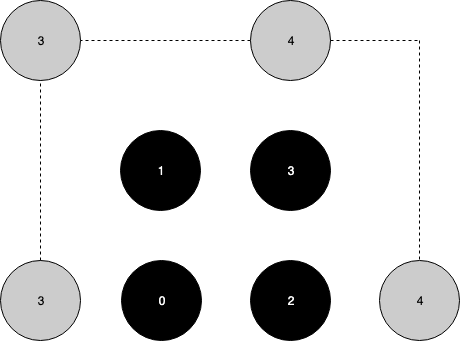
The draw.io diagram images/shape_formation_process_2.png in anuragg-in/kilobotics, before a commit. Source tidied: cells renumbered, new cells last; positions are measured from the earlier drawing's top-left corner, leaving out a move shared by most shapes.
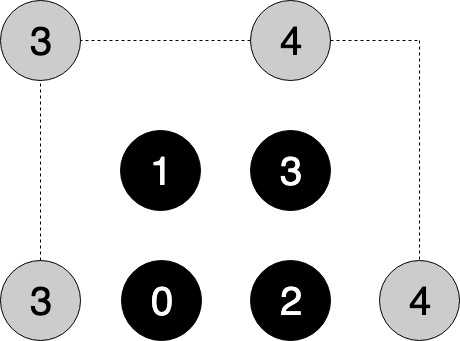
The same file after the commit.

Commit message:
code comments. shape formation update. added code to documentation.

Diff of the diagram source:
```diff
@@ -2,49 +2,49 @@
   <root>
     <mxCell id="0" />
     <mxCell id="1" parent="0" />
-    <mxCell id="2" value="&lt;font color=&quot;#ffffff&quot;&gt;1&lt;/font&gt;" style="ellipse;whiteSpace=wrap;html=1;fillColor=#000000;" parent="1" vertex="1">
+    <mxCell id="2" value="&lt;font color=&quot;#ffffff&quot; style=&quot;font-size: 40px;&quot;&gt;1&lt;/font&gt;" style="ellipse;whiteSpace=wrap;html=1;fillColor=#000000;fontSize=40;" parent="1" vertex="1">
       <mxGeometry x="120" y="130" width="80" height="80" as="geometry" />
     </mxCell>
-    <mxCell id="3" value="&lt;font color=&quot;#ffffff&quot;&gt;0&lt;/font&gt;" style="ellipse;whiteSpace=wrap;html=1;fillColor=#000000;" parent="1" vertex="1">
+    <mxCell id="3" value="&lt;font color=&quot;#ffffff&quot; style=&quot;font-size: 40px;&quot;&gt;0&lt;/font&gt;" style="ellipse;whiteSpace=wrap;html=1;fillColor=#000000;fontSize=40;" parent="1" vertex="1">
       <mxGeometry x="121" y="260" width="80" height="80" as="geometry" />
     </mxCell>
-    <mxCell id="4" value="&lt;font color=&quot;#ffffff&quot;&gt;2&lt;/font&gt;" style="ellipse;whiteSpace=wrap;html=1;fillColor=#000000;" parent="1" vertex="1">
+    <mxCell id="4" value="&lt;font color=&quot;#ffffff&quot; style=&quot;font-size: 40px;&quot;&gt;2&lt;/font&gt;" style="ellipse;whiteSpace=wrap;html=1;fillColor=#000000;fontSize=40;" parent="1" vertex="1">
       <mxGeometry x="250" y="260" width="80" height="80" as="geometry" />
     </mxCell>
-    <mxCell id="5" value="3" style="ellipse;whiteSpace=wrap;html=1;fillColor=#CCCCCC;" parent="1" vertex="1">
+    <mxCell id="5" value="3" style="ellipse;whiteSpace=wrap;html=1;fillColor=#CCCCCC;fontSize=40;" parent="1" vertex="1">
       <mxGeometry y="260" width="80" height="80" as="geometry" />
     </mxCell>
-    <mxCell id="6" style="endArrow=none;dashed=1;html=1;exitX=0.5;exitY=0;exitDx=0;exitDy=0;" parent="1" edge="1" source="5">
+    <mxCell id="6" style="endArrow=none;dashed=1;html=1;exitX=0.5;exitY=0;exitDx=0;exitDy=0;fontSize=40;" parent="1" edge="1" source="5">
       <mxGeometry relative="1" as="geometry">
         <mxPoint x="40" y="60" as="targetPoint" />
       </mxGeometry>
     </mxCell>
-    <mxCell id="7" style="endArrow=none;dashed=1;html=1;" parent="1" edge="1" source="8">
+    <mxCell id="7" style="endArrow=none;dashed=1;html=1;fontSize=40;" parent="1" edge="1" source="8">
       <mxGeometry relative="1" as="geometry">
         <mxPoint x="40" y="60" as="targetPoint" />
       </mxGeometry>
     </mxCell>
-    <mxCell id="8" value="3" style="ellipse;whiteSpace=wrap;html=1;fillColor=#CCCCCC;" parent="1" vertex="1">
+    <mxCell id="8" value="3" style="ellipse;whiteSpace=wrap;html=1;fillColor=#CCCCCC;fontSize=40;" parent="1" vertex="1">
       <mxGeometry width="80" height="80" as="geometry" />
     </mxCell>
-    <mxCell id="9" style="endArrow=none;dashed=1;html=1;" parent="1" edge="1" source="11" target="8">
+    <mxCell id="9" style="endArrow=none;dashed=1;html=1;fontSize=40;" parent="1" edge="1" source="11" target="8">
       <mxGeometry relative="1" as="geometry" />
     </mxCell>
-    <mxCell id="10" value="&lt;font color=&quot;#ffffff&quot;&gt;3&lt;/font&gt;" style="ellipse;whiteSpace=wrap;html=1;fillColor=#000000;gradientColor=none;" parent="1" vertex="1">
+    <mxCell id="10" value="&lt;font color=&quot;#ffffff&quot; style=&quot;font-size: 40px;&quot;&gt;3&lt;/font&gt;" style="ellipse;whiteSpace=wrap;html=1;fillColor=#000000;gradientColor=none;fontSize=40;" parent="1" vertex="1">
       <mxGeometry x="250" y="130" width="80" height="80" as="geometry" />
     </mxCell>
-    <mxCell id="11" value="4" style="ellipse;whiteSpace=wrap;html=1;fillColor=#CCCCCC;" parent="1" vertex="1">
+    <mxCell id="11" value="4" style="ellipse;whiteSpace=wrap;html=1;fillColor=#CCCCCC;fontSize=40;" parent="1" vertex="1">
       <mxGeometry x="250" width="80" height="80" as="geometry" />
     </mxCell>
-    <mxCell id="12" value="4" style="ellipse;whiteSpace=wrap;html=1;fillColor=#CCCCCC;gradientColor=none;" parent="1" vertex="1">
+    <mxCell id="12" value="4" style="ellipse;whiteSpace=wrap;html=1;fillColor=#CCCCCC;gradientColor=none;fontSize=40;" parent="1" vertex="1">
       <mxGeometry x="379" y="260" width="80" height="80" as="geometry" />
     </mxCell>
-    <mxCell id="13" style="endArrow=none;dashed=1;html=1;strokeWidth=1;entryX=0.5;entryY=0;entryDx=0;entryDy=0;" parent="1" edge="1" target="12">
+    <mxCell id="13" style="endArrow=none;dashed=1;html=1;strokeWidth=1;entryX=0.5;entryY=0;entryDx=0;entryDy=0;fontSize=40;" parent="1" edge="1" target="12">
       <mxGeometry relative="1" as="geometry">
         <mxPoint x="419" y="40" as="sourcePoint" />
       </mxGeometry>
     </mxCell>
-    <mxCell id="14" style="endArrow=none;dashed=1;html=1;strokeWidth=1;exitX=1;exitY=0.5;exitDx=0;exitDy=0;" parent="1" edge="1" source="11">
+    <mxCell id="14" style="endArrow=none;dashed=1;html=1;strokeWidth=1;exitX=1;exitY=0.5;exitDx=0;exitDy=0;fontSize=40;" parent="1" edge="1" source="11">
       <mxGeometry relative="1" as="geometry">
         <mxPoint x="420" y="40" as="targetPoint" />
       </mxGeometry>
```
